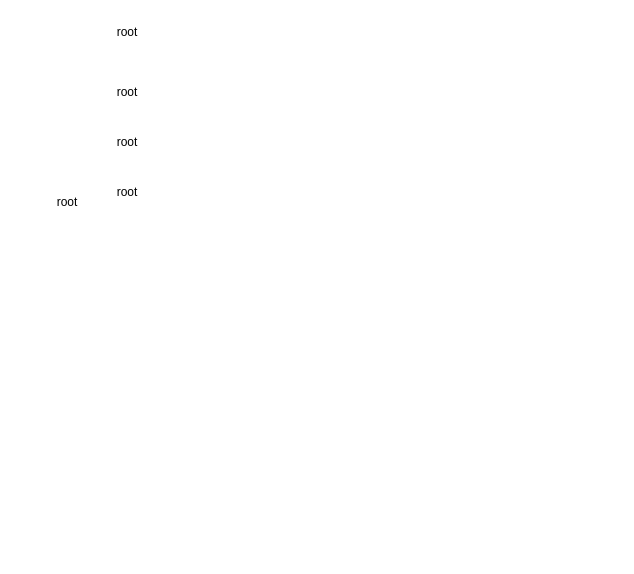
The draw.io diagram 文件结构.drawio in RaySong513/Drawio_save, before the edit. Source tidied: cells renumbered, new cells numbered last; positions are measured from the earlier drawing's top-left corner, leaving out a move shared by most shapes. Both pictures are drawn from the tidied source at 100%, with x=0, y=0 at pixel (37, 17).
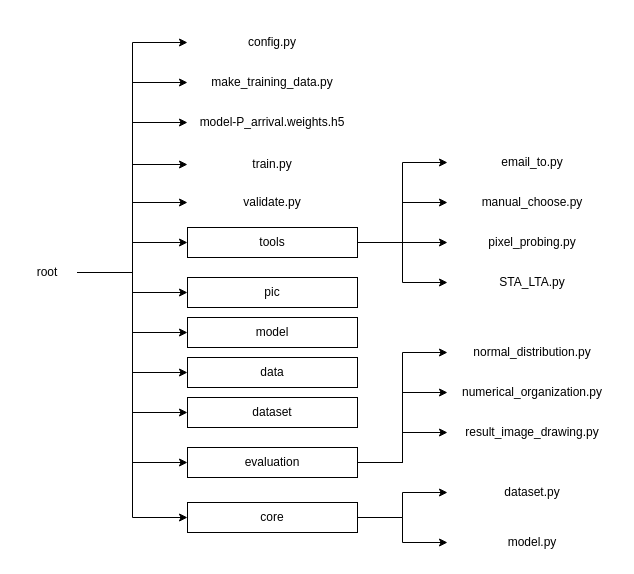
The same diagram, later.

Commit message (it also covers changes not shown here):
更新文件结构.drawio

What changed in the source:
```diff
@@
-    <mxCell id="2" value="root" style="text;html=1;align=center;verticalAlign=middle;whiteSpace=wrap;rounded=0;" parent="1" vertex="1">
-      <mxGeometry y="170" width="60" height="30" as="geometry" />
-    </mxCell>
-    <mxCell id="3" value="root" style="text;html=1;align=center;verticalAlign=middle;whiteSpace=wrap;rounded=0;" parent="1" vertex="1">
-      <mxGeometry x="60" width="60" height="30" as="geometry" />
-    </mxCell>
-    <mxCell id="4" value="root" style="text;html=1;align=center;verticalAlign=middle;whiteSpace=wrap;rounded=0;" parent="1" vertex="1">
-      <mxGeometry x="60" y="60" width="60" height="30" as="geometry" />
-    </mxCell>
-    <mxCell id="5" value="root" style="text;html=1;align=center;verticalAlign=middle;whiteSpace=wrap;rounded=0;" parent="1" vertex="1">
-      <mxGeometry x="60" y="110" width="60" height="30" as="geometry" />
-    </mxCell>
-    <mxCell id="6" value="root" style="text;html=1;align=center;verticalAlign=middle;whiteSpace=wrap;rounded=0;" parent="1" vertex="1">
-      <mxGeometry x="60" y="160" width="60" height="30" as="geometry" />
-    </mxCell>
+    <mxCell id="7" style="edgeStyle=orthogonalEdgeStyle;rounded=0;jettySize=auto;html=1;entryX=0;entryY=0.5;entryDx=0;entryDy=0;" parent="1" edge="1" source="19" target="20">
+      <mxGeometry relative="1" as="geometry" />
+    </mxCell>
+    <mxCell id="8" style="edgeStyle=orthogonalEdgeStyle;rounded=0;jettySize=auto;html=1;entryX=0;entryY=0.5;entryDx=0;entryDy=0;" parent="1" edge="1" source="19" target="21">
+      <mxGeometry relative="1" as="geometry" />
+    </mxCell>
+    <mxCell id="9" style="edgeStyle=orthogonalEdgeStyle;rounded=0;jettySize=auto;html=1;entryX=0;entryY=0.5;entryDx=0;entryDy=0;" parent="1" edge="1" source="19" target="22">
+      <mxGeometry relative="1" as="geometry" />
+    </mxCell>
+    <mxCell id="10" style="edgeStyle=orthogonalEdgeStyle;rounded=0;jettySize=auto;html=1;entryX=0;entryY=0.5;entryDx=0;entryDy=0;" parent="1" edge="1" source="19" target="24">
+      <mxGeometry relative="1" as="geometry" />
+    </mxCell>
+    <mxCell id="11" style="edgeStyle=orthogonalEdgeStyle;rounded=0;jettySize=auto;html=1;entryX=0;entryY=0.5;entryDx=0;entryDy=0;" parent="1" edge="1" source="19" target="29">
+      <mxGeometry relative="1" as="geometry" />
+    </mxCell>
+    <mxCell id="12" style="edgeStyle=orthogonalEdgeStyle;rounded=0;jettySize=auto;html=1;entryX=0;entryY=0.5;entryDx=0;entryDy=0;" parent="1" edge="1" source="19" target="30">
+      <mxGeometry relative="1" as="geometry" />
+    </mxCell>
+    <mxCell id="13" style="edgeStyle=orthogonalEdgeStyle;rounded=0;jettySize=auto;html=1;entryX=0;entryY=0.5;entryDx=0;entryDy=0;" parent="1" edge="1" source="19" target="31">
+      <mxGeometry relative="1" as="geometry" />
+    </mxCell>
+    <mxCell id="14" style="edgeStyle=orthogonalEdgeStyle;rounded=0;jettySize=auto;html=1;entryX=0;entryY=0.5;entryDx=0;entryDy=0;" parent="1" edge="1" source="19" target="32">
+      <mxGeometry relative="1" as="geometry" />
+    </mxCell>
+    <mxCell id="15" style="edgeStyle=orthogonalEdgeStyle;rounded=0;jettySize=auto;html=1;entryX=0;entryY=0.5;entryDx=0;entryDy=0;" parent="1" edge="1" source="19" target="33">
+      <mxGeometry relative="1" as="geometry" />
+    </mxCell>
+    <mxCell id="16" style="edgeStyle=orthogonalEdgeStyle;rounded=0;jettySize=auto;html=1;entryX=0;entryY=0.5;entryDx=0;entryDy=0;" parent="1" edge="1" source="19" target="37">
+      <mxGeometry relative="1" as="geometry" />
+    </mxCell>
+    <mxCell id="17" style="edgeStyle=orthogonalEdgeStyle;rounded=0;jettySize=auto;html=1;entryX=0;entryY=0.5;entryDx=0;entryDy=0;" parent="1" edge="1" source="19" target="40">
+      <mxGeometry relative="1" as="geometry" />
+    </mxCell>
+    <mxCell id="18" style="edgeStyle=orthogonalEdgeStyle;rounded=0;jettySize=auto;html=1;entryX=0;entryY=0.5;entryDx=0;entryDy=0;" parent="1" edge="1" source="19" target="23">
+      <mxGeometry relative="1" as="geometry" />
+    </mxCell>
+    <mxCell id="19" value="root" style="text;html=1;align=center;verticalAlign=middle;whiteSpace=wrap;rounded=0;" parent="1" vertex="1">
+      <mxGeometry x="-20" y="240" width="60" height="30" as="geometry" />
+    </mxCell>
+    <mxCell id="20" value="config.py" style="text;html=1;align=center;verticalAlign=middle;whiteSpace=wrap;rounded=0;" parent="1" vertex="1">
+      <mxGeometry x="150" y="10" width="170" height="30" as="geometry" />
+    </mxCell>
+    <mxCell id="21" value="make_training_data.py" style="text;html=1;align=center;verticalAlign=middle;whiteSpace=wrap;rounded=0;" parent="1" vertex="1">
+      <mxGeometry x="150" y="50" width="170" height="30" as="geometry" />
+    </mxCell>
+    <mxCell id="22" value="model-P_arrival.weights.h5" style="text;html=1;align=center;verticalAlign=middle;whiteSpace=wrap;rounded=0;" parent="1" vertex="1">
+      <mxGeometry x="150" y="90" width="170" height="30" as="geometry" />
+    </mxCell>
+    <mxCell id="23" value="train.py" style="text;html=1;align=center;verticalAlign=middle;whiteSpace=wrap;rounded=0;" parent="1" vertex="1">
+      <mxGeometry x="150" y="132" width="170" height="30" as="geometry" />
+    </mxCell>
+    <mxCell id="24" value="validate.py" style="text;html=1;align=center;verticalAlign=middle;whiteSpace=wrap;rounded=0;" parent="1" vertex="1">
+      <mxGeometry x="150" y="170" width="170" height="30" as="geometry" />
+    </mxCell>
+    <mxCell id="25" style="edgeStyle=orthogonalEdgeStyle;rounded=0;jettySize=auto;html=1;entryX=0;entryY=0.5;entryDx=0;entryDy=0;" parent="1" edge="1" source="29" target="41">
+      <mxGeometry relative="1" as="geometry" />
+    </mxCell>
+    <mxCell id="26" style="edgeStyle=orthogonalEdgeStyle;rounded=0;jettySize=auto;html=1;entryX=0;entryY=0.5;entryDx=0;entryDy=0;" parent="1" edge="1" source="29" target="42">
+      <mxGeometry relative="1" as="geometry" />
+    </mxCell>
+    <mxCell id="27" style="edgeStyle=orthogonalEdgeStyle;rounded=0;jettySize=auto;html=1;entryX=0;entryY=0.5;entryDx=0;entryDy=0;" parent="1" edge="1" source="29" target="43">
+      <mxGeometry relative="1" as="geometry" />
+    </mxCell>
+    <mxCell id="28" style="edgeStyle=orthogonalEdgeStyle;rounded=0;jettySize=auto;html=1;entryX=0;entryY=0.5;entryDx=0;entryDy=0;" parent="1" edge="1" source="29" target="44">
+      <mxGeometry relative="1" as="geometry" />
+    </mxCell>
+    <mxCell id="29" value="tools" style="rounded=0;whiteSpace=wrap;html=1;" parent="1" vertex="1">
+      <mxGeometry x="150" y="210" width="170" height="30" as="geometry" />
+    </mxCell>
+    <mxCell id="30" value="pic" style="rounded=0;whiteSpace=wrap;html=1;" parent="1" vertex="1">
+      <mxGeometry x="150" y="260" width="170" height="30" as="geometry" />
+    </mxCell>
+    <mxCell id="31" value="model" style="rounded=0;whiteSpace=wrap;html=1;" parent="1" vertex="1">
+      <mxGeometry x="150" y="300" width="170" height="30" as="geometry" />
+    </mxCell>
+    <mxCell id="32" value="data" style="rounded=0;whiteSpace=wrap;html=1;" parent="1" vertex="1">
+      <mxGeometry x="150" y="340" width="170" height="30" as="geometry" />
+    </mxCell>
+    <mxCell id="33" value="dataset" style="rounded=0;whiteSpace=wrap;html=1;" parent="1" vertex="1">
+      <mxGeometry x="150" y="380" width="170" height="30" as="geometry" />
+    </mxCell>
+    <mxCell id="34" style="edgeStyle=orthogonalEdgeStyle;rounded=0;jettySize=auto;html=1;entryX=0;entryY=0.5;entryDx=0;entryDy=0;" parent="1" edge="1" source="37" target="45">
+      <mxGeometry relative="1" as="geometry" />
+    </mxCell>
+    <mxCell id="35" style="edgeStyle=orthogonalEdgeStyle;rounded=0;jettySize=auto;html=1;entryX=0;entryY=0.5;entryDx=0;entryDy=0;" parent="1" edge="1" source="37" target="46">
+      <mxGeometry relative="1" as="geometry" />
+    </mxCell>
+    <mxCell id="36" style="edgeStyle=orthogonalEdgeStyle;rounded=0;jettySize=auto;html=1;entryX=0;entryY=0.5;entryDx=0;entryDy=0;" parent="1" edge="1" source="37" target="47">
+      <mxGeometry relative="1" as="geometry" />
+    </mxCell>
+    <mxCell id="37" value="evaluation" style="rounded=0;whiteSpace=wrap;html=1;" parent="1" vertex="1">
+      <mxGeometry x="150" y="430" width="170" height="30" as="geometry" />
+    </mxCell>
+    <mxCell id="38" style="edgeStyle=orthogonalEdgeStyle;rounded=0;jettySize=auto;html=1;entryX=0;entryY=0.5;entryDx=0;entryDy=0;" parent="1" edge="1" source="40" target="49">
+      <mxGeometry relative="1" as="geometry" />
+    </mxCell>
+    <mxCell id="39" style="edgeStyle=orthogonalEdgeStyle;rounded=0;jettySize=auto;html=1;entryX=0;entryY=0.5;entryDx=0;entryDy=0;" parent="1" edge="1" source="40" target="48">
+      <mxGeometry relative="1" as="geometry" />
+    </mxCell>
+    <mxCell id="40" value="core" style="rounded=0;whiteSpace=wrap;html=1;" parent="1" vertex="1">
+      <mxGeometry x="150" y="485" width="170" height="30" as="geometry" />
+    </mxCell>
+    <mxCell id="41" value="email_to.py" style="text;html=1;align=center;verticalAlign=middle;whiteSpace=wrap;rounded=0;" parent="1" vertex="1">
+      <mxGeometry x="410" y="130" width="170" height="30" as="geometry" />
+    </mxCell>
+    <mxCell id="42" value="manual_choose.py" style="text;html=1;align=center;verticalAlign=middle;whiteSpace=wrap;rounded=0;" parent="1" vertex="1">
+      <mxGeometry x="410" y="170" width="170" height="30" as="geometry" />
+    </mxCell>
+    <mxCell id="43" value="pixel_probing.py" style="text;html=1;align=center;verticalAlign=middle;whiteSpace=wrap;rounded=0;" parent="1" vertex="1">
+      <mxGeometry x="410" y="210" width="170" height="30" as="geometry" />
+    </mxCell>
+    <mxCell id="44" value="STA_LTA.py" style="text;html=1;align=center;verticalAlign=middle;whiteSpace=wrap;rounded=0;" parent="1" vertex="1">
+      <mxGeometry x="410" y="250" width="170" height="30" as="geometry" />
+    </mxCell>
+    <mxCell id="45" value="normal_distribution.py" style="text;html=1;align=center;verticalAlign=middle;whiteSpace=wrap;rounded=0;" parent="1" vertex="1">
+      <mxGeometry x="410" y="320" width="170" height="30" as="geometry" />
+    </mxCell>
+    <mxCell id="46" value="numerical_organization.py" style="text;html=1;align=center;verticalAlign=middle;whiteSpace=wrap;rounded=0;" parent="1" vertex="1">
+      <mxGeometry x="410" y="360" width="170" height="30" as="geometry" />
+    </mxCell>
+    <mxCell id="47" value="result_image_drawing.py" style="text;html=1;align=center;verticalAlign=middle;whiteSpace=wrap;rounded=0;" parent="1" vertex="1">
+      <mxGeometry x="410" y="400" width="170" height="30" as="geometry" />
+    </mxCell>
+    <mxCell id="48" value="dataset.py" style="text;html=1;align=center;verticalAlign=middle;whiteSpace=wrap;rounded=0;" parent="1" vertex="1">
+      <mxGeometry x="410" y="460" width="170" height="30" as="geometry" />
+    </mxCell>
+    <mxCell id="49" value="model.py" style="text;html=1;align=center;verticalAlign=middle;whiteSpace=wrap;rounded=0;" parent="1" vertex="1">
+      <mxGeometry x="410" y="510" width="170" height="30" as="geometry" />
+    </mxCell>
```
